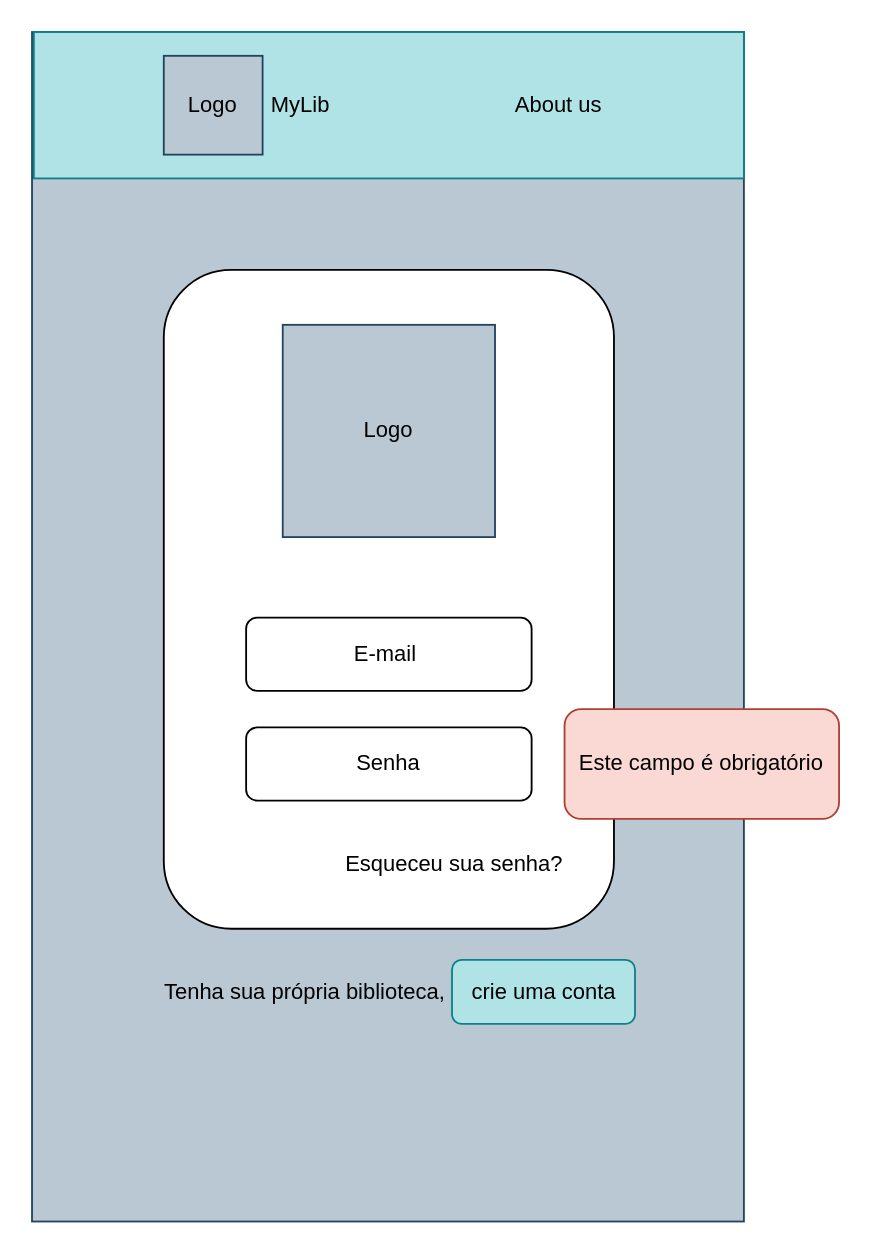
Above: page "Não colocou a senha" (2 of 24) of Bookshelf.drawio in LeoHMuniz/FrontEnd (draw.io), before the change. Source tidied: cells renumbered, new cells numbered last; positions are measured from the earlier drawing's top-left corner, leaving out a move shared by most shapes. Both pictures are drawn from the tidied source at 183%, with x=0, y=0 at pixel (31, 31).
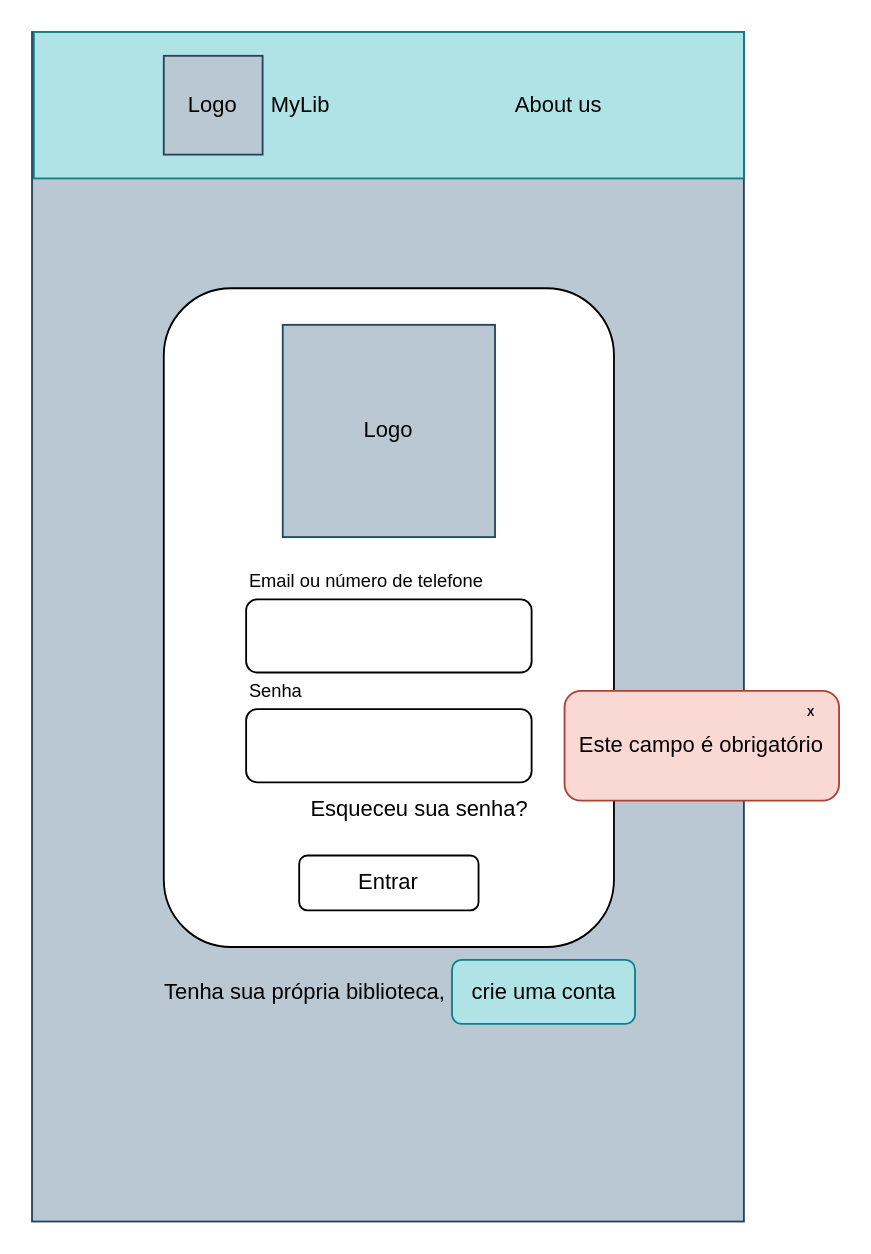
Above is the later version.

Diff of the diagram source:
```diff
@@
 <mxGraphModel>
   <root>
     <mxCell id="0" />
     <mxCell id="1" parent="0" />
     <mxCell id="2" style="rounded=0;whiteSpace=wrap;html=1;fillColor=#bac8d3;strokeColor=#23445d;" parent="1" vertex="1">
       <mxGeometry width="389" height="650" as="geometry" />
     </mxCell>
-    <mxCell id="3" style="rounded=1;whiteSpace=wrap;html=1;" parent="1" vertex="1">
-      <mxGeometry x="72" y="130" width="246" height="360" as="geometry" />
-    </mxCell>
+    <mxCell id="15" style="rounded=1;whiteSpace=wrap;html=1;" parent="1" vertex="1">
+      <mxGeometry x="72" y="140" width="246" height="360" as="geometry" />
+    </mxCell>
     <mxCell id="4" value="Logo" style="whiteSpace=wrap;html=1;fillColor=#bac8d3;strokeColor=#23445d;" parent="1" vertex="1">
       <mxGeometry x="137" y="160" width="116" height="116" as="geometry" />
     </mxCell>
-    <mxCell id="5" value="E-mail&amp;nbsp;" style="rounded=1;whiteSpace=wrap;html=1;fillColor=none;" parent="1" vertex="1">
-      <mxGeometry x="117" y="320" width="156" height="40" as="geometry" />
-    </mxCell>
-    <mxCell id="6" value="&lt;div style=&quot;&quot;&gt;&lt;span style=&quot;background-color: initial;&quot;&gt;Senha&lt;/span&gt;&lt;/div&gt;" style="rounded=1;whiteSpace=wrap;html=1;align=center;fillColor=none;" parent="1" vertex="1">
-      <mxGeometry x="117" y="380" width="156" height="40" as="geometry" />
-    </mxCell>
+    <mxCell id="16" style="rounded=1;whiteSpace=wrap;html=1;fillColor=none;" parent="1" vertex="1">
+      <mxGeometry x="117" y="310" width="156" height="40" as="geometry" />
+    </mxCell>
+    <mxCell id="17" value="&lt;div style=&quot;&quot;&gt;&lt;br&gt;&lt;/div&gt;" style="rounded=1;whiteSpace=wrap;html=1;align=center;fillColor=none;" parent="1" vertex="1">
+      <mxGeometry x="117" y="370" width="156" height="40" as="geometry" />
+    </mxCell>
     <mxCell id="7" style="rounded=0;whiteSpace=wrap;html=1;fillColor=#b0e3e6;strokeColor=#0e8088;" parent="1" vertex="1">
       <mxGeometry x="1" width="388" height="80" as="geometry" />
     </mxCell>
     <mxCell id="8" value="About us" style="text;html=1;strokeColor=none;fillColor=none;align=center;verticalAlign=middle;whiteSpace=wrap;rounded=0;" parent="1" vertex="1">
       <mxGeometry x="258" y="25" width="60" height="30" as="geometry" />
     </mxCell>
     <mxCell id="9" value="Esqueceu sua senha?" style="text;html=1;strokeColor=none;fillColor=none;align=center;verticalAlign=middle;whiteSpace=wrap;rounded=0;" parent="1" vertex="1">
-      <mxGeometry x="161" y="440" width="140" height="30" as="geometry" />
+      <mxGeometry x="151" y="410" width="122" height="30" as="geometry" />
     </mxCell>
     <mxCell id="10" value="Tenha sua própria biblioteca,&amp;nbsp;" style="text;html=1;strokeColor=none;fillColor=none;align=center;verticalAlign=middle;whiteSpace=wrap;rounded=0;" parent="1" vertex="1">
       <mxGeometry x="60.5" y="510" width="180" height="30" as="geometry" />
     </mxCell>
     <mxCell id="11" value="crie uma conta" style="rounded=1;whiteSpace=wrap;html=1;fillColor=#b0e3e6;strokeColor=#0e8088;" parent="1" vertex="1">
       <mxGeometry x="229.5" y="507" width="100" height="35" as="geometry" />
     </mxCell>
-    <mxCell id="12" value="Este campo é obrigatório" style="rounded=1;whiteSpace=wrap;html=1;fillColor=#fad9d5;strokeColor=#ae4132;" parent="1" vertex="1">
-      <mxGeometry x="291" y="370" width="150" height="60" as="geometry" />
-    </mxCell>
     <mxCell id="13" value="Logo" style="whiteSpace=wrap;html=1;fillColor=#bac8d3;strokeColor=#23445d;" parent="1" vertex="1">
       <mxGeometry x="72" y="13" width="54" height="54" as="geometry" />
     </mxCell>
     <mxCell id="14" value="MyLib" style="text;html=1;strokeColor=none;fillColor=none;align=center;verticalAlign=middle;whiteSpace=wrap;rounded=0;" parent="1" vertex="1">
       <mxGeometry x="102" y="25" width="90" height="30" as="geometry" />
     </mxCell>
+    <mxCell id="18" value="&lt;div style=&quot;&quot;&gt;&lt;span style=&quot;background-color: initial;&quot;&gt;Entrar&lt;/span&gt;&lt;/div&gt;" style="rounded=1;whiteSpace=wrap;html=1;align=center;fillColor=none;" parent="1" vertex="1">
+      <mxGeometry x="146" y="450" width="98" height="30" as="geometry" />
+    </mxCell>
+    <mxCell id="12" value="Este campo é obrigatório" style="rounded=1;whiteSpace=wrap;html=1;fillColor=#fad9d5;strokeColor=#ae4132;" parent="1" vertex="1">
+      <mxGeometry x="291" y="360" width="150" height="60" as="geometry" />
+    </mxCell>
+    <mxCell id="19" value="&lt;font style=&quot;font-size: 6px;&quot;&gt;&lt;b&gt;X&lt;/b&gt;&lt;/font&gt;" style="triangle;whiteSpace=wrap;html=1;fillColor=none;strokeColor=none;" parent="1" vertex="1">
+      <mxGeometry x="421" y="360" width="10" height="20" as="geometry" />
+    </mxCell>
+    <mxCell id="20" value="Email ou número de telefone" style="text;html=1;strokeColor=none;fillColor=none;align=left;verticalAlign=middle;whiteSpace=wrap;rounded=0;fontSize=10;" parent="1" vertex="1">
+      <mxGeometry x="117" y="290" width="170" height="20" as="geometry" />
+    </mxCell>
+    <mxCell id="6" value="Senha" style="text;html=1;strokeColor=none;fillColor=none;align=left;verticalAlign=middle;whiteSpace=wrap;rounded=0;fontSize=10;" parent="1" vertex="1">
+      <mxGeometry x="117" y="350" width="170" height="20" as="geometry" />
+    </mxCell>
   </root>
 </mxGraphModel>
```
